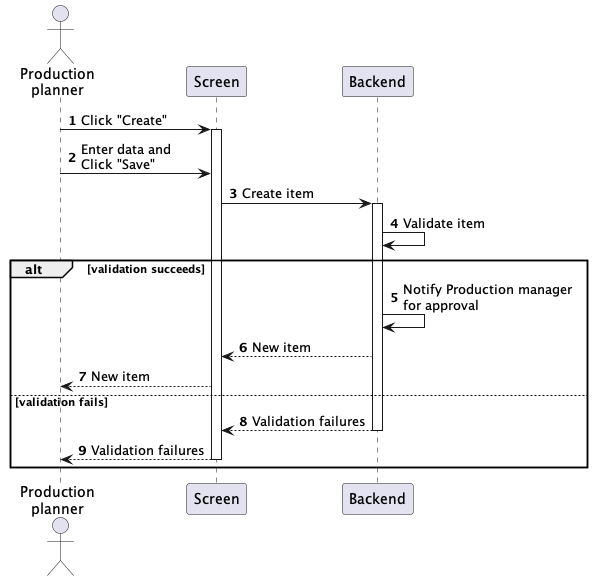
Before: sequences/production-order-create.png, a diagram exported from PlantUML (phihungha/scmss-reqs).
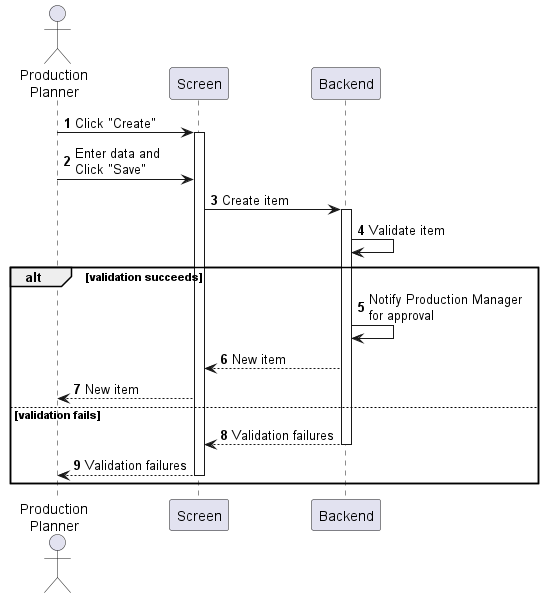
After the commit.

The edit, as a diff of the source:
```diff
@@ -1,7 +1,7 @@
 @startuml production-order-create
 autonumber
 
-actor "Production\nplanner" as a
+actor "Production\nPlanner" as a
 participant Screen as f
 participant Backend as b
 
@@ -13,7 +13,7 @@
 b -> b : Validate item
 
 alt validation succeeds
-    b -> b : Notify Production manager \nfor approval
+    b -> b : Notify Production Manager \nfor approval
     b --> f : New item
     f --> a : New item
 else validation fails
```
